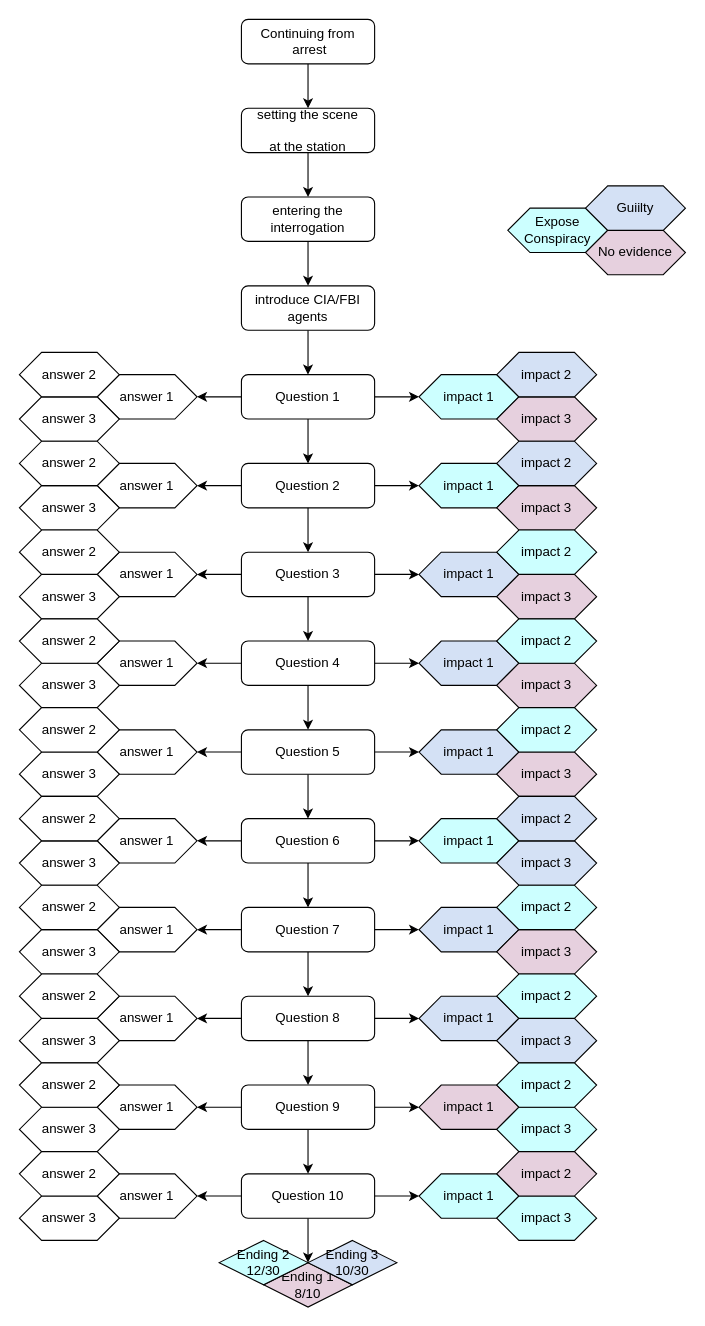
Earlier version of the draw.io diagram interrogation.drawio (bottack/CN-text-game). Source tidied: cells renumbered, new cells numbered last; positions are measured from the earlier drawing's top-left corner, leaving out a move shared by most shapes. Both pictures are drawn from the tidied source at 111%, with x=0, y=0 at pixel (19, 19).
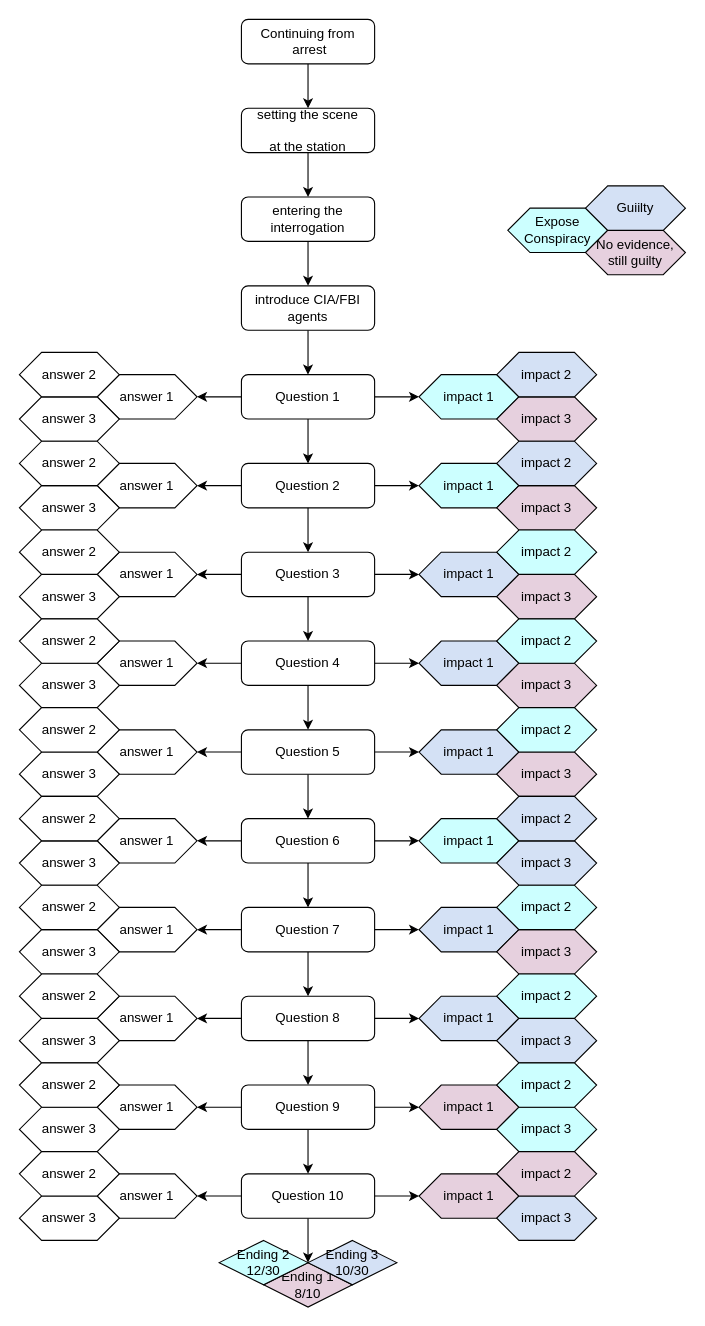
The same page after the edit.

The edit, as a diff of the source:
```diff
@@
+    <mxCell id="116" style="edgeStyle=orthogonalEdgeStyle;rounded=0;orthogonalLoop=1;jettySize=auto;html=1;entryX=0.427;entryY=0.01;entryDx=0;entryDy=0;entryPerimeter=0;" parent="1" edge="1">
+      <mxGeometry relative="1" as="geometry">
+        <mxPoint x="-60" y="360" as="targetPoint" />
+        <Array as="points">
+          <mxPoint x="600" y="320" />
+          <mxPoint x="110" y="320" />
+          <mxPoint x="110" y="330" />
+          <mxPoint x="-60" y="330" />
+          <mxPoint x="-60" y="491" />
+        </Array>
+      </mxGeometry>
+    </mxCell>
@@
+    <mxCell id="117" style="edgeStyle=orthogonalEdgeStyle;rounded=0;orthogonalLoop=1;jettySize=auto;html=1;" parent="1" edge="1">
+      <mxGeometry relative="1" as="geometry" />
+    </mxCell>
@@
-    <mxCell id="77" value="&lt;span&gt;impact 1&lt;/span&gt;" style="shape=hexagon;perimeter=hexagonPerimeter2;whiteSpace=wrap;html=1;fixedSize=1;fillColor=#CCFFFF;" parent="1" vertex="1">
+    <mxCell id="77" value="&lt;span&gt;impact 1&lt;/span&gt;" style="shape=hexagon;perimeter=hexagonPerimeter2;whiteSpace=wrap;html=1;fixedSize=1;fillColor=#E6D0DE;" parent="1" vertex="1">
       <mxGeometry x="360" y="1040" width="90" height="40" as="geometry" />
     </mxCell>
-    <mxCell id="78" value="&lt;span&gt;impact 3&lt;/span&gt;" style="shape=hexagon;perimeter=hexagonPerimeter2;whiteSpace=wrap;html=1;fixedSize=1;fillColor=#CCFFFF;" parent="1" vertex="1">
+    <mxCell id="78" value="&lt;span&gt;impact 3&lt;/span&gt;" style="shape=hexagon;perimeter=hexagonPerimeter2;whiteSpace=wrap;html=1;fixedSize=1;fillColor=#D4E1F5;" parent="1" vertex="1">
       <mxGeometry x="430" y="1060" width="90" height="40" as="geometry" />
     </mxCell>
@@
-    <mxCell id="114" value="No evidence" style="shape=hexagon;perimeter=hexagonPerimeter2;whiteSpace=wrap;html=1;fixedSize=1;fillColor=#E6D0DE;" parent="1" vertex="1">
+    <mxCell id="114" value="No evidence, still guilty" style="shape=hexagon;perimeter=hexagonPerimeter2;whiteSpace=wrap;html=1;fixedSize=1;fillColor=#E6D0DE;" parent="1" vertex="1">
       <mxGeometry x="510" y="190" width="90" height="40" as="geometry" />
     </mxCell>
```
